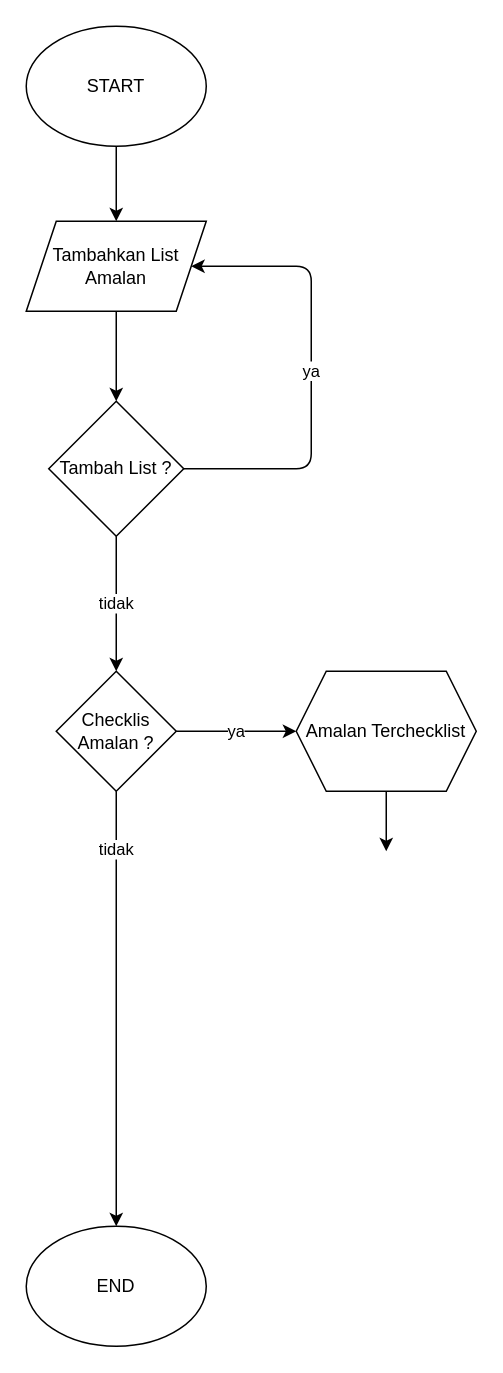
This is flowchart.drawio from izmiduwicahyangmail/Izmi_Amalist, a draw.io file, before an edit. Source tidied: cells renumbered, new cells numbered last; positions are measured from the earlier drawing's top-left corner, leaving out a move shared by most shapes. Both pictures are drawn from the tidied source at 150%, with x=0, y=0 at pixel (26, 26).
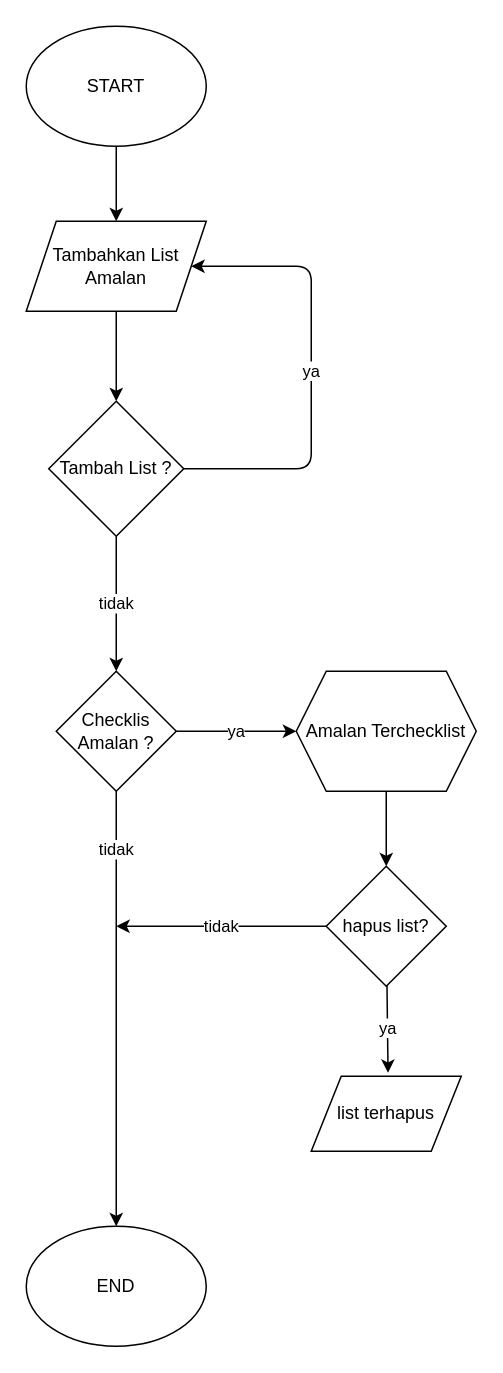
Above is the later version.

Commit message:
Inisialisasi pengkondisian penghapusan list amalan

Unchanged cells that the change refers to:
```xml
<mxCell id="15" value="Amalan Terchecklist" style="shape=hexagon;perimeter=hexagonPerimeter2;whiteSpace=wrap;html=1;fixedSize=1;" parent="1" vertex="1">
  <mxGeometry x="180" y="430" width="120" height="80" as="geometry" />
</mxCell>
```

Change to the diagram source:
```diff
@@
-    <mxCell id="14" style="edgeStyle=none;html=1;entryX=0.5;entryY=0;entryDx=0;entryDy=0;" parent="1" edge="1" source="15">
-      <mxGeometry relative="1" as="geometry">
-        <mxPoint x="240" y="550" as="targetPoint" />
-      </mxGeometry>
+    <mxCell id="14" style="edgeStyle=none;html=1;entryX=0.5;entryY=0;entryDx=0;entryDy=0;" parent="1" edge="1" source="15" target="18">
+      <mxGeometry relative="1" as="geometry" />
     </mxCell>
@@
+    <mxCell id="16" value="ya" style="edgeStyle=none;html=1;entryX=0.512;entryY=-0.045;entryDx=0;entryDy=0;entryPerimeter=0;" parent="1" edge="1" source="18" target="19">
+      <mxGeometry x="-0.05" relative="1" as="geometry" />
+    </mxCell>
+    <mxCell id="17" value="tidak" style="edgeStyle=none;html=1;" parent="1" edge="1" source="18">
+      <mxGeometry relative="1" as="geometry">
+        <mxPoint x="60" y="600" as="targetPoint" />
+      </mxGeometry>
+    </mxCell>
+    <mxCell id="18" value="hapus list?" style="rhombus;whiteSpace=wrap;html=1;" parent="1" vertex="1">
+      <mxGeometry x="200" y="560" width="80" height="80" as="geometry" />
+    </mxCell>
+    <mxCell id="19" value="list terhapus" style="shape=parallelogram;perimeter=parallelogramPerimeter;whiteSpace=wrap;html=1;fixedSize=1;" parent="1" vertex="1">
+      <mxGeometry x="190" y="700" width="100" height="50" as="geometry" />
+    </mxCell>
```
